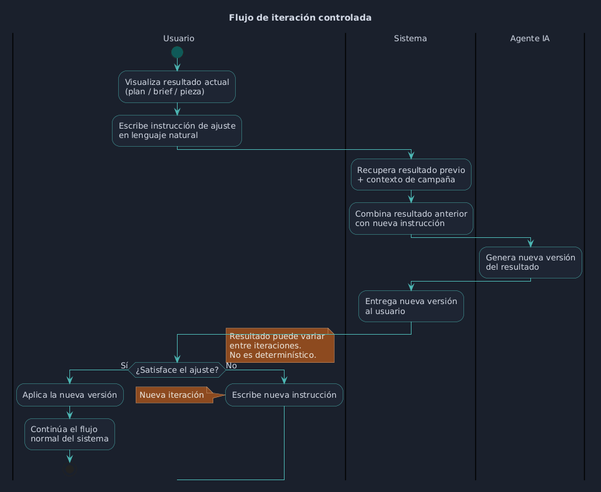
sedibuc/documentacion_cintel keeps this PlantUML diagram as agent/assets/img/diagramas/iteracion-flujo.png. Above is the earlier version. The source it was exported from:
```plantuml
@startuml
skinparam backgroundColor #1a202c
skinparam defaultFontColor #d4dae6
skinparam defaultFontName "Segoe UI"
skinparam defaultFontSize 13

skinparam activity {
  BackgroundColor #1e2533
  BorderColor #4db8b5
  FontColor #d4dae6
  ArrowColor #4db8b5
  StartColor #0f5a58
  EndColor #0f5a58
  BarColor #4db8b5
}

skinparam note {
  BackgroundColor #8d4a1f
  BorderColor #d4a47a
  FontColor #f0ece3
}

title Flujo de iteración controlada

|Usuario|
start
:Visualiza resultado actual\n(plan / brief / pieza);
:Escribe instrucción de ajuste\nen lenguaje natural;

|Sistema|
:Recupera resultado previo\n+ contexto de campaña;
:Combina resultado anterior\ncon nueva instrucción;

|Agente IA|
:Genera nueva versión\ndel resultado;

|Sistema|
:Entrega nueva versión\nal usuario;

|Usuario|
if (¿Satisface el ajuste?) then (Sí)
  :Aplica la nueva versión;
  :Continúa el flujo\nnormal del sistema;
  stop
else (No)
  note right
    Resultado puede variar
    entre iteraciones.
    No es determinístico.
  end note
  :Escribe nueva instrucción;
  note left: Nueva iteración
endif
@enduml
```
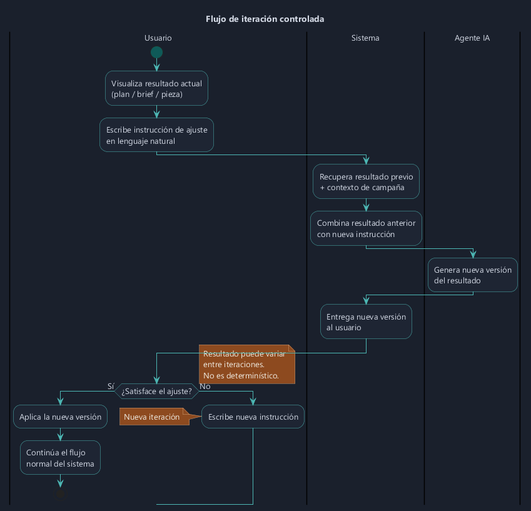
After the change.

Change to the diagram source:
```diff
@@ -1,4 +1,4 @@
-@startuml
+@startuml iteracion-flujo
 skinparam backgroundColor #1a202c
 skinparam defaultFontColor #d4dae6
 skinparam defaultFontName "Segoe UI"
@@ -51,4 +51,5 @@
   :Escribe nueva instrucción;
   note left: Nueva iteración
 endif
+
 @enduml
```
